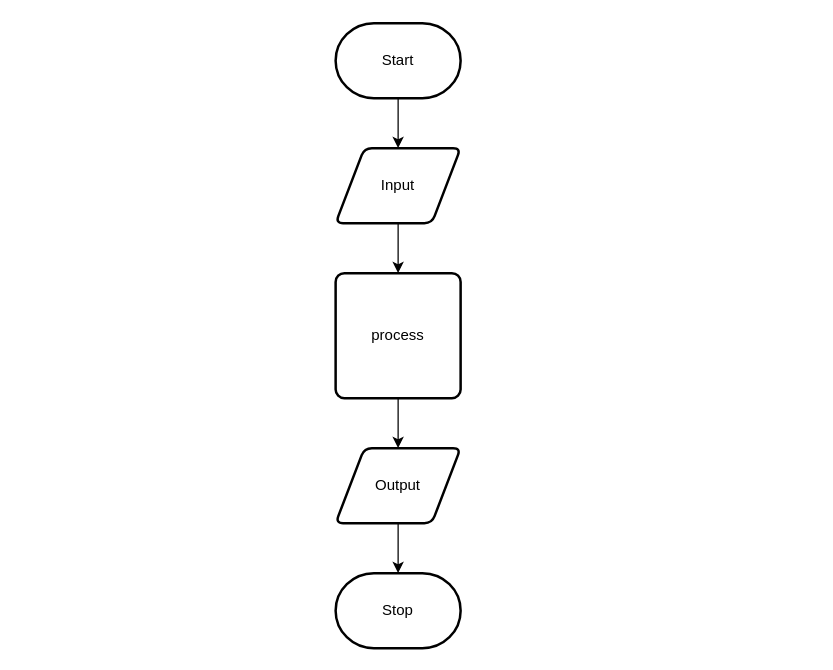
Earlier version of the draw.io diagram design/flow-chart.drawio (sam-corbett/ICS2O-Unit5-07-JS). Source tidied: cells renumbered, new cells numbered last; positions are measured from the earlier drawing's top-left corner, leaving out a move shared by most shapes. Both pictures are drawn from the tidied source at 125%, with x=0, y=0 at pixel (335, 22).
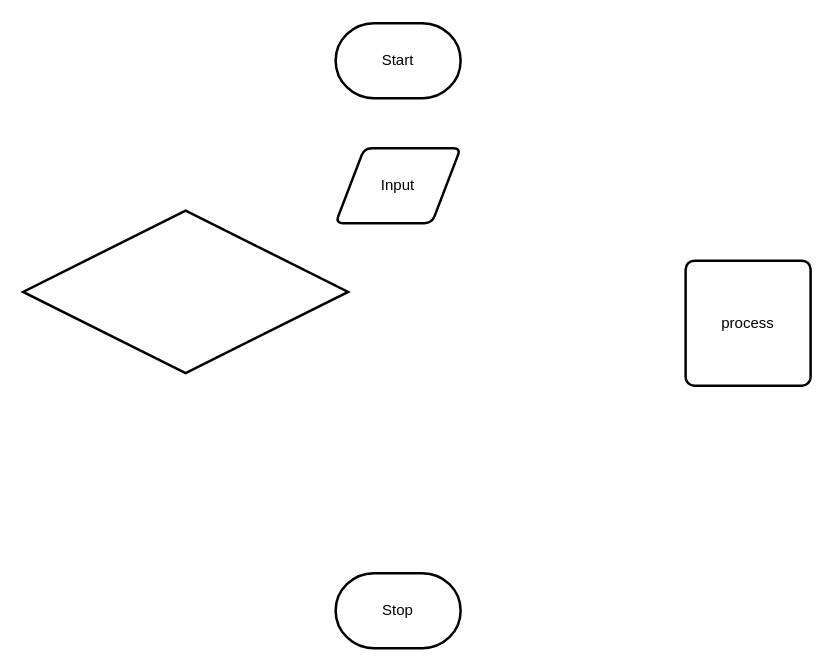
The same diagram, later.

The edit, as a diff of the source:
```diff
@@
 <mxGraphModel>
   <root>
     <mxCell id="0" />
     <mxCell id="1" parent="0" />
-    <mxCell id="2" style="edgeStyle=none;html=1;" parent="1" edge="1" source="3" target="5">
-      <mxGeometry relative="1" as="geometry" />
-    </mxCell>
     <mxCell id="3" value="Start" style="strokeWidth=2;html=1;shape=mxgraph.flowchart.terminator;whiteSpace=wrap;" parent="1" vertex="1">
       <mxGeometry width="100" height="60" as="geometry" />
     </mxCell>
-    <mxCell id="4" style="edgeStyle=none;html=1;" parent="1" edge="1" source="5" target="7">
-      <mxGeometry relative="1" as="geometry" />
-    </mxCell>
     <mxCell id="5" value="Input" style="shape=parallelogram;html=1;strokeWidth=2;perimeter=parallelogramPerimeter;whiteSpace=wrap;rounded=1;arcSize=12;size=0.23;" parent="1" vertex="1">
       <mxGeometry y="100" width="100" height="60" as="geometry" />
     </mxCell>
-    <mxCell id="6" style="edgeStyle=none;html=1;" parent="1" edge="1" source="7" target="9">
-      <mxGeometry relative="1" as="geometry" />
-    </mxCell>
     <mxCell id="7" value="process" style="rounded=1;whiteSpace=wrap;html=1;absoluteArcSize=1;arcSize=14;strokeWidth=2;" parent="1" vertex="1">
-      <mxGeometry y="200" width="100" height="100" as="geometry" />
+      <mxGeometry x="280" y="190" width="100" height="100" as="geometry" />
     </mxCell>
+    <mxCell id="10" value="Stop" style="strokeWidth=2;html=1;shape=mxgraph.flowchart.terminator;whiteSpace=wrap;" parent="1" vertex="1">
+      <mxGeometry y="440" width="100" height="60" as="geometry" />
+    </mxCell>
-    <mxCell id="8" style="edgeStyle=none;html=1;" parent="1" edge="1" source="9" target="10">
-      <mxGeometry relative="1" as="geometry" />
+    <mxCell id="8" style="strokeWidth=2;html=1;shape=mxgraph.flowchart.decision;whiteSpace=wrap;" parent="1" vertex="1">
+      <mxGeometry x="-250" y="150" width="260" height="130" as="geometry" />
     </mxCell>
-    <mxCell id="9" value="Output" style="shape=parallelogram;html=1;strokeWidth=2;perimeter=parallelogramPerimeter;whiteSpace=wrap;rounded=1;arcSize=12;size=0.23;" parent="1" vertex="1">
-      <mxGeometry y="340" width="100" height="60" as="geometry" />
-    </mxCell>
-    <mxCell id="10" value="Stop" style="strokeWidth=2;html=1;shape=mxgraph.flowchart.terminator;whiteSpace=wrap;" parent="1" vertex="1">
-      <mxGeometry y="440" width="100" height="60" as="geometry" />
-    </mxCell>
   </root>
 </mxGraphModel>
```
